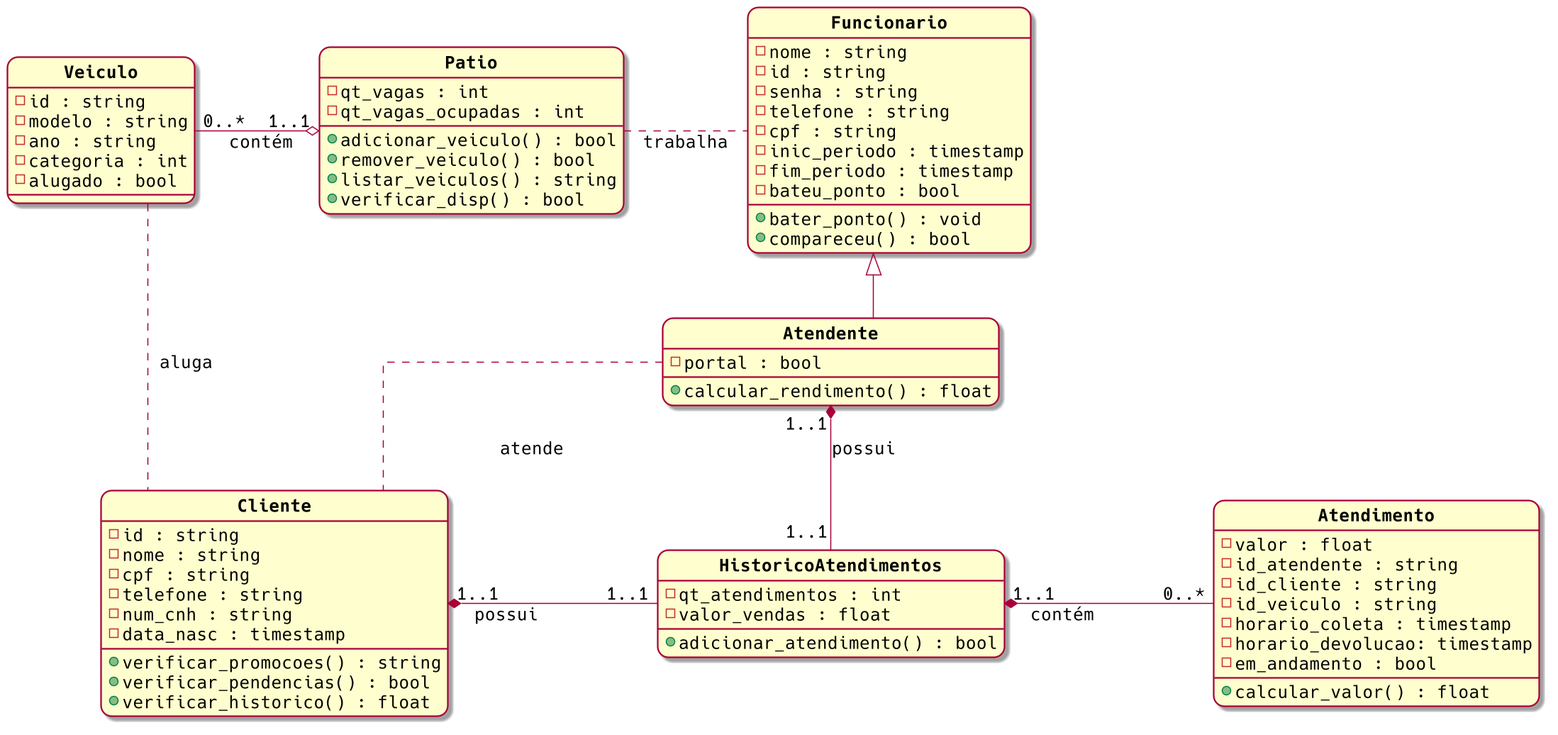
This is images/class_diagram.png from sociedade-do-pastel/vl, a PlantUML export, as it was before one commit.
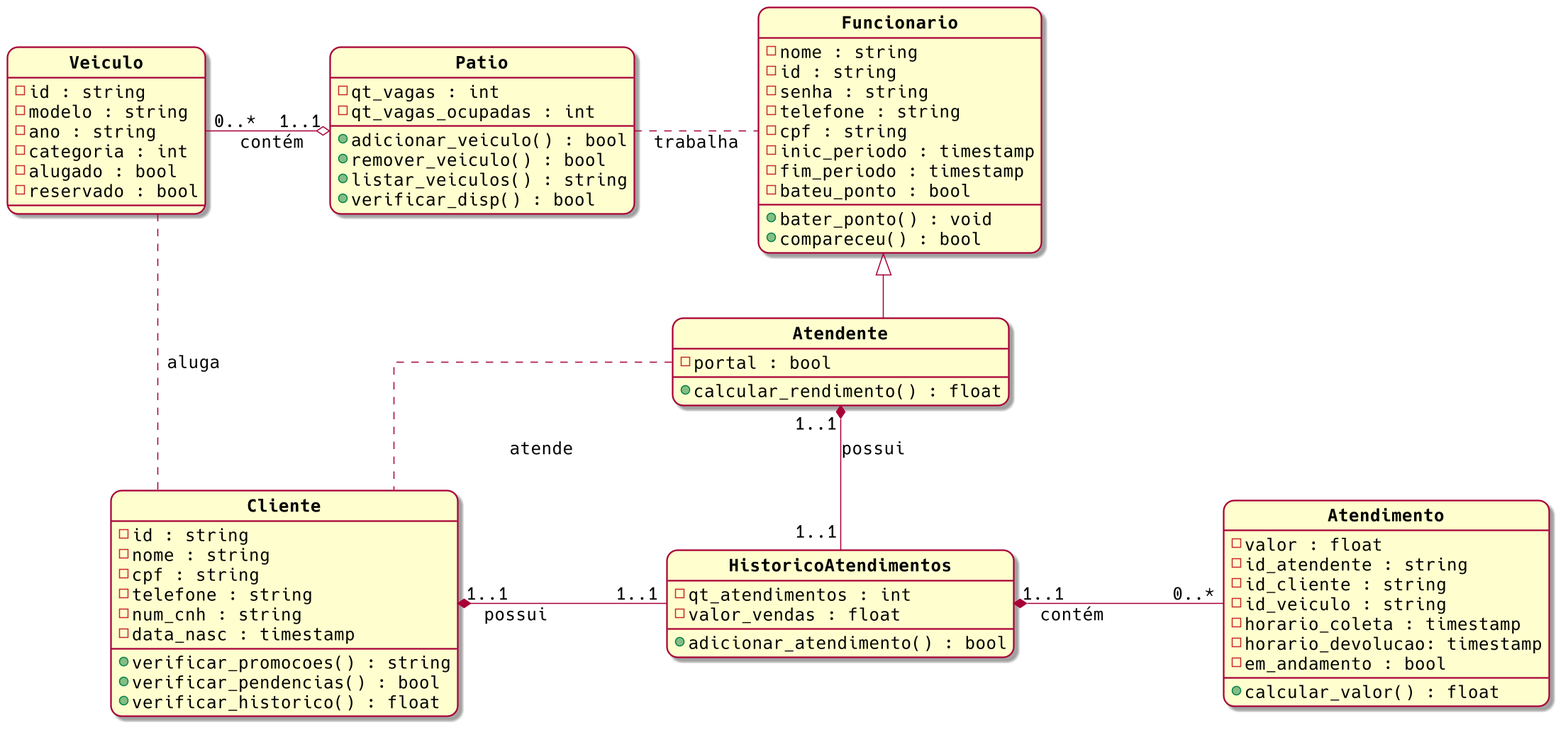
After the commit.

What changed in the source:
```diff
@@ -32,6 +32,7 @@
       -ano : string
       -categoria : int
       -alugado : bool
+      -reservado : bool
 }
 class Patio {
       -qt_vagas : int
```
